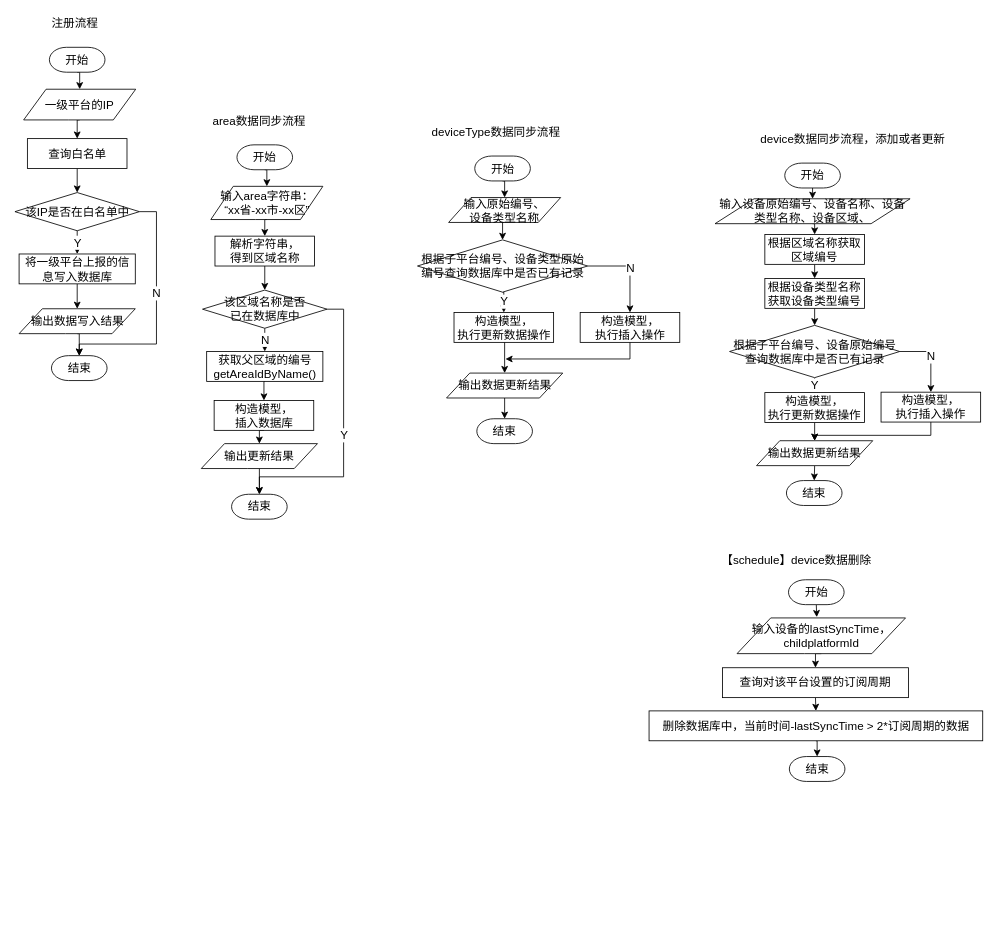
waterwatermelon/graph keeps this draw.io diagram as IOTManage/flow-access.drawio. Above is the earlier version. Source tidied: cells renumbered, new cells numbered last; positions are measured from the earlier drawing's top-left corner, leaving out a move shared by most shapes. Both pictures are drawn from the tidied source at 83%, with x=0, y=0 at pixel (15, 13).
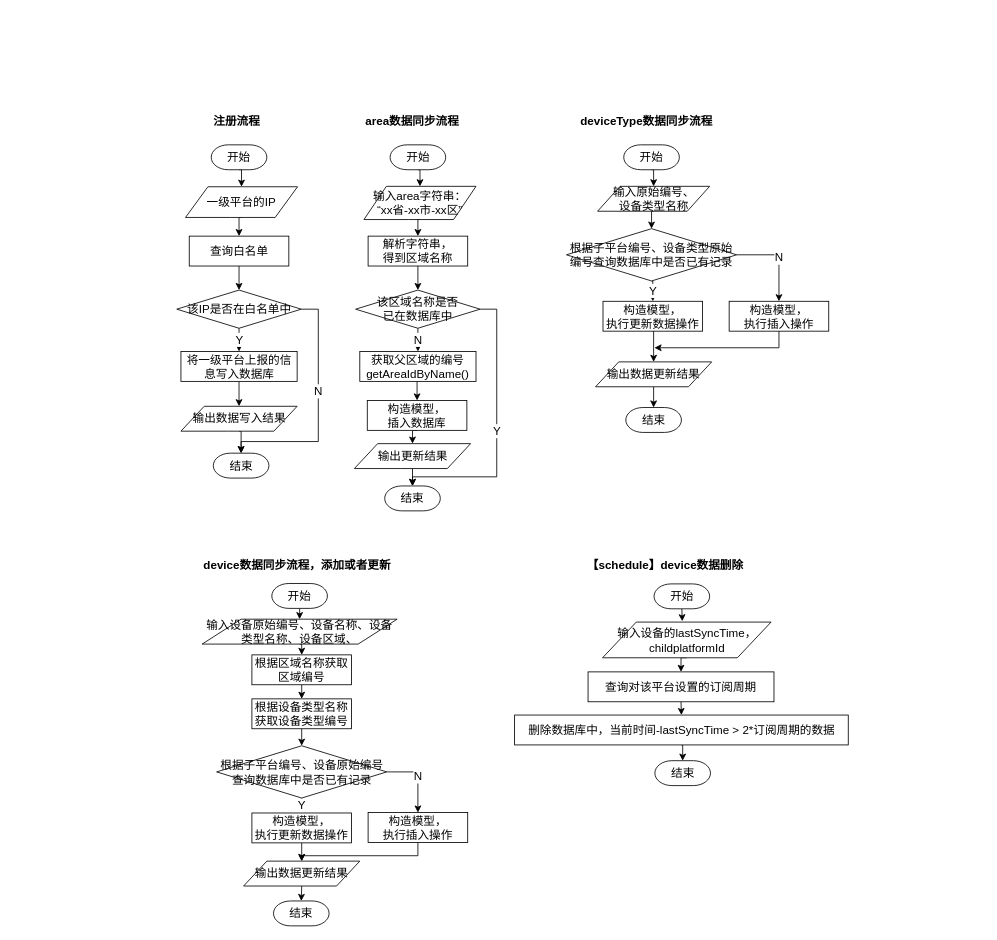
Above is the later version.

Change to the diagram source:
```diff
@@
     <mxCell id="3" value="输入area字符串：&lt;br style=&quot;font-size: 14px;&quot;&gt;“xx省-xx市-xx区”" style="shape=parallelogram;perimeter=parallelogramPerimeter;whiteSpace=wrap;html=1;rounded=1;comic=0;arcSize=0;fontSize=14;" parent="1" vertex="1">
-      <mxGeometry x="235.5" y="208" width="135" height="40" as="geometry" />
+      <mxGeometry x="420" y="208" width="135" height="40" as="geometry" />
     </mxCell>
@@
     <mxCell id="5" value="&lt;font style=&quot;font-size: 14px&quot;&gt;Y&lt;/font&gt;" style="edgeStyle=orthogonalEdgeStyle;rounded=0;jettySize=auto;html=1;exitX=1;exitY=0.5;exitDx=0;exitDy=0;exitPerimeter=0;entryX=0.5;entryY=0;entryDx=0;entryDy=0;entryPerimeter=0;fontSize=14;" parent="1" edge="1" source="6" target="9">
       <mxGeometry relative="1" as="geometry">
         <Array as="points">
-          <mxPoint x="395.5" y="356" />
-          <mxPoint x="395.5" y="558" />
-          <mxPoint x="294.5" y="558" />
+          <mxPoint x="580" y="356" />
+          <mxPoint x="580" y="558" />
+          <mxPoint x="479" y="558" />
         </Array>
       </mxGeometry>
     </mxCell>
     <mxCell id="6" value="该区域名称是否&lt;br style=&quot;font-size: 14px;&quot;&gt;已在数据库中" style="strokeWidth=1;html=1;shape=mxgraph.flowchart.decision;whiteSpace=wrap;rounded=1;comic=0;fontSize=14;spacing=2;" parent="1" vertex="1">
-      <mxGeometry x="225.5" y="333" width="150" height="46" as="geometry" />
+      <mxGeometry x="410" y="333" width="150" height="46" as="geometry" />
     </mxCell>
@@
     <mxCell id="8" value="开始" style="strokeWidth=1;html=1;shape=mxgraph.flowchart.terminator;whiteSpace=wrap;rounded=1;comic=0;fontSize=14;" parent="1" vertex="1">
-      <mxGeometry x="267" y="158" width="67" height="30" as="geometry" />
+      <mxGeometry x="451.5" y="158" width="67" height="30" as="geometry" />
     </mxCell>
     <mxCell id="9" value="结束" style="strokeWidth=1;html=1;shape=mxgraph.flowchart.terminator;whiteSpace=wrap;rounded=1;comic=0;fontSize=14;" parent="1" vertex="1">
-      <mxGeometry x="260.5" y="579" width="67" height="30" as="geometry" />
+      <mxGeometry x="445" y="569" width="67" height="30" as="geometry" />
     </mxCell>
-    <mxCell id="10" value="&lt;font style=&quot;font-size: 14px;&quot;&gt;area数据同步流程&lt;br style=&quot;font-size: 14px;&quot;&gt;&lt;br style=&quot;font-size: 14px;&quot;&gt;&lt;/font&gt;" style="text;html=1;align=left;verticalAlign=top;spacingTop=-4;fontSize=14;" parent="1" vertex="1">
-      <mxGeometry x="235.5" y="118" width="140" height="30" as="geometry" />
+    <mxCell id="10" value="&lt;font style=&quot;font-size: 14px;&quot;&gt;area数据同步流程&lt;br style=&quot;font-size: 14px;&quot;&gt;&lt;br style=&quot;font-size: 14px;&quot;&gt;&lt;/font&gt;" style="text;html=1;align=left;verticalAlign=top;spacingTop=-4;fontSize=14;fontStyle=1;" parent="1" vertex="1">
+      <mxGeometry x="420" y="118" width="140" height="30" as="geometry" />
     </mxCell>
@@
     <mxCell id="12" value="&lt;font style=&quot;font-size: 14px&quot;&gt;解析字符串，&lt;br style=&quot;font-size: 14px;&quot;&gt;得到区域名称&lt;br style=&quot;font-size: 14px;&quot;&gt;&lt;/font&gt;" style="rounded=0;whiteSpace=wrap;html=1;fontSize=14;" parent="1" vertex="1">
-      <mxGeometry x="240.5" y="268" width="120" height="36" as="geometry" />
+      <mxGeometry x="425" y="268" width="120" height="36" as="geometry" />
     </mxCell>
@@
     <mxCell id="14" value="&lt;span style=&quot;font-size: 14px&quot;&gt;构造模型，&lt;br style=&quot;font-size: 14px;&quot;&gt;插入数据库&lt;/span&gt;" style="rounded=0;whiteSpace=wrap;html=1;fontSize=14;" parent="1" vertex="1">
-      <mxGeometry x="239.5" y="466" width="120" height="36" as="geometry" />
+      <mxGeometry x="424" y="466" width="120" height="36" as="geometry" />
     </mxCell>
@@
     <mxCell id="16" value="&lt;span style=&quot;font-size: 14px&quot;&gt;获取父区域的编号&lt;br style=&quot;font-size: 14px;&quot;&gt;getAreaIdByName()&lt;br style=&quot;font-size: 14px;&quot;&gt;&lt;/span&gt;" style="rounded=0;whiteSpace=wrap;html=1;fontSize=14;" parent="1" vertex="1">
-      <mxGeometry x="230.5" y="407" width="140" height="36" as="geometry" />
+      <mxGeometry x="415" y="407" width="140" height="36" as="geometry" />
     </mxCell>
     <mxCell id="17" style="edgeStyle=orthogonalEdgeStyle;rounded=0;jettySize=auto;html=1;exitX=0.5;exitY=1;exitDx=0;exitDy=0;entryX=0.5;entryY=0;entryDx=0;entryDy=0;entryPerimeter=0;fontSize=14;" parent="1" edge="1" source="18" target="9">
       <mxGeometry relative="1" as="geometry">
         <Array as="points">
-          <mxPoint x="294.5" y="568" />
-          <mxPoint x="294.5" y="568" />
+          <mxPoint x="479" y="568" />
+          <mxPoint x="479" y="568" />
         </Array>
       </mxGeometry>
     </mxCell>
     <mxCell id="18" value="输出更新结果" style="shape=parallelogram;perimeter=parallelogramPerimeter;whiteSpace=wrap;html=1;rounded=1;comic=0;arcSize=0;fontSize=14;" parent="1" vertex="1">
-      <mxGeometry x="224" y="518" width="140" height="30" as="geometry" />
+      <mxGeometry x="408.5" y="518" width="140" height="30" as="geometry" />
     </mxCell>
@@
     <mxCell id="20" value="&lt;span style=&quot;font-size: 14px;&quot;&gt;输入原始编号、&lt;br style=&quot;font-size: 14px;&quot;&gt;设备类型名称&lt;/span&gt;" style="shape=parallelogram;perimeter=parallelogramPerimeter;whiteSpace=wrap;html=1;rounded=1;comic=0;arcSize=0;fontSize=14;" parent="1" vertex="1">
-      <mxGeometry x="522" y="221.5" width="135" height="30" as="geometry" />
+      <mxGeometry x="701.5" y="208" width="135" height="30" as="geometry" />
     </mxCell>
@@
     <mxCell id="23" value="根据子平台编号、设备类型原始编号查询数据库中是否已有记录" style="strokeWidth=1;html=1;shape=mxgraph.flowchart.decision;whiteSpace=wrap;rounded=1;comic=0;fontSize=14;spacing=2;" parent="1" vertex="1">
-      <mxGeometry x="484.5" y="272.5" width="205" height="63" as="geometry" />
+      <mxGeometry x="664" y="259" width="205" height="63" as="geometry" />
     </mxCell>
@@
     <mxCell id="25" value="开始" style="strokeWidth=1;html=1;shape=mxgraph.flowchart.terminator;whiteSpace=wrap;rounded=1;comic=0;fontSize=14;" parent="1" vertex="1">
-      <mxGeometry x="553.5" y="171.5" width="67" height="30" as="geometry" />
+      <mxGeometry x="733" y="158" width="67" height="30" as="geometry" />
     </mxCell>
     <mxCell id="26" value="结束" style="strokeWidth=1;html=1;shape=mxgraph.flowchart.terminator;whiteSpace=wrap;rounded=1;comic=0;fontSize=14;" parent="1" vertex="1">
-      <mxGeometry x="556" y="488" width="67" height="30" as="geometry" />
+      <mxGeometry x="735.5" y="474.5" width="67" height="30" as="geometry" />
     </mxCell>
-    <mxCell id="27" value="&lt;font style=&quot;font-size: 14px;&quot;&gt;deviceType数据同步流程&lt;/font&gt;" style="text;html=1;align=left;verticalAlign=top;spacingTop=-4;fontSize=14;" parent="1" vertex="1">
-      <mxGeometry x="499.5" y="131.5" width="190" height="20" as="geometry" />
+    <mxCell id="27" value="&lt;font style=&quot;font-size: 14px;&quot;&gt;deviceType数据同步流程&lt;/font&gt;" style="text;html=1;align=left;verticalAlign=top;spacingTop=-4;fontSize=14;fontStyle=1;" parent="1" vertex="1">
+      <mxGeometry x="679" y="118" width="190" height="20" as="geometry" />
     </mxCell>
@@
     <mxCell id="29" value="&lt;span style=&quot;font-size: 14px&quot;&gt;构造模型，&lt;br style=&quot;font-size: 14px;&quot;&gt;执行更新数据操作&lt;br style=&quot;font-size: 14px;&quot;&gt;&lt;/span&gt;" style="rounded=0;whiteSpace=wrap;html=1;fontSize=14;" parent="1" vertex="1">
-      <mxGeometry x="528.5" y="360" width="120" height="36" as="geometry" />
+      <mxGeometry x="708" y="346.5" width="120" height="36" as="geometry" />
     </mxCell>
@@
     <mxCell id="31" value="输出数据更新结果" style="shape=parallelogram;perimeter=parallelogramPerimeter;whiteSpace=wrap;html=1;rounded=1;comic=0;arcSize=0;fontSize=14;" parent="1" vertex="1">
-      <mxGeometry x="519.5" y="433" width="140" height="30" as="geometry" />
+      <mxGeometry x="699" y="419.5" width="140" height="30" as="geometry" />
     </mxCell>
     <mxCell id="32" style="edgeStyle=orthogonalEdgeStyle;rounded=0;orthogonalLoop=1;jettySize=auto;html=1;exitX=0.5;exitY=1;exitDx=0;exitDy=0;fontSize=14;" parent="1" edge="1">
       <mxGeometry relative="1" as="geometry">
-        <mxPoint x="740.5" y="394" as="sourcePoint" />
-        <mxPoint x="590.5" y="416" as="targetPoint" />
+        <mxPoint x="920" y="380.5" as="sourcePoint" />
+        <mxPoint x="770" y="402.5" as="targetPoint" />
         <Array as="points">
-          <mxPoint x="740.5" y="416" />
+          <mxPoint x="920" y="402.5" />
         </Array>
       </mxGeometry>
     </mxCell>
     <mxCell id="33" value="&lt;span style=&quot;font-size: 14px&quot;&gt;构造模型，&lt;br style=&quot;font-size: 14px;&quot;&gt;执行插入操作&lt;br style=&quot;font-size: 14px;&quot;&gt;&lt;/span&gt;" style="rounded=0;whiteSpace=wrap;html=1;fontSize=14;" parent="1" vertex="1">
-      <mxGeometry x="680.5" y="360" width="120" height="36" as="geometry" />
+      <mxGeometry x="860" y="346.5" width="120" height="36" as="geometry" />
     </mxCell>
@@
     <mxCell id="35" value="&lt;span style=&quot;font-size: 14px&quot;&gt;输入设备原始编号、设备名称、设备类型名称、设备区域、&lt;/span&gt;" style="shape=parallelogram;perimeter=parallelogramPerimeter;whiteSpace=wrap;html=1;rounded=1;comic=0;arcSize=0;fontSize=14;" parent="1" vertex="1">
-      <mxGeometry x="843" y="223" width="235" height="30" as="geometry" />
+      <mxGeometry x="225" y="729.5" width="235" height="30" as="geometry" />
     </mxCell>
@@
     <mxCell id="38" value="根据子平台编号、设备原始编号查询数据库中是否已有记录" style="strokeWidth=1;html=1;shape=mxgraph.flowchart.decision;whiteSpace=wrap;rounded=1;comic=0;fontSize=14;spacing=2;" parent="1" vertex="1">
-      <mxGeometry x="860.5" y="375.5" width="205" height="63" as="geometry" />
+      <mxGeometry x="242.5" y="882" width="205" height="63" as="geometry" />
     </mxCell>
@@
     <mxCell id="40" value="开始" style="strokeWidth=1;html=1;shape=mxgraph.flowchart.terminator;whiteSpace=wrap;rounded=1;comic=0;fontSize=14;" parent="1" vertex="1">
-      <mxGeometry x="927" y="180" width="67" height="30" as="geometry" />
+      <mxGeometry x="309" y="686.5" width="67" height="30" as="geometry" />
     </mxCell>
     <mxCell id="41" value="结束" style="strokeWidth=1;html=1;shape=mxgraph.flowchart.terminator;whiteSpace=wrap;rounded=1;comic=0;fontSize=14;" parent="1" vertex="1">
-      <mxGeometry x="929" y="562.5" width="67" height="30" as="geometry" />
+      <mxGeometry x="311" y="1069" width="67" height="30" as="geometry" />
     </mxCell>
-    <mxCell id="42" value="&lt;font style=&quot;font-size: 14px&quot;&gt;device数据同步流程，添加或者更新&amp;nbsp;&lt;/font&gt;" style="text;html=1;align=left;verticalAlign=top;spacingTop=-4;fontSize=14;" parent="1" vertex="1">
-      <mxGeometry x="895.5" y="140" width="240" height="20" as="geometry" />
+    <mxCell id="42" value="&lt;font style=&quot;font-size: 14px&quot;&gt;device数据同步流程，添加或者更新&amp;nbsp;&lt;/font&gt;" style="text;html=1;align=left;verticalAlign=top;spacingTop=-4;fontSize=14;fontStyle=1;" parent="1" vertex="1">
+      <mxGeometry x="224.5" y="653" width="240" height="20" as="geometry" />
     </mxCell>
@@
     <mxCell id="44" value="&lt;span style=&quot;font-size: 14px&quot;&gt;构造模型，&lt;br style=&quot;font-size: 14px;&quot;&gt;执行更新数据操作&lt;br style=&quot;font-size: 14px;&quot;&gt;&lt;/span&gt;" style="rounded=0;whiteSpace=wrap;html=1;fontSize=14;" parent="1" vertex="1">
-      <mxGeometry x="903" y="456.5" width="120" height="36" as="geometry" />
+      <mxGeometry x="285" y="963" width="120" height="36" as="geometry" />
     </mxCell>
@@
     <mxCell id="46" value="输出数据更新结果" style="shape=parallelogram;perimeter=parallelogramPerimeter;whiteSpace=wrap;html=1;rounded=1;comic=0;arcSize=0;fontSize=14;" parent="1" vertex="1">
-      <mxGeometry x="893" y="514.5" width="140" height="30" as="geometry" />
+      <mxGeometry x="275" y="1021" width="140" height="30" as="geometry" />
     </mxCell>
     <mxCell id="47" style="edgeStyle=orthogonalEdgeStyle;rounded=0;jettySize=auto;html=1;exitX=0.5;exitY=1;exitDx=0;exitDy=0;entryX=0.5;entryY=0;entryDx=0;entryDy=0;fontSize=14;" parent="1" edge="1" source="48" target="46">
       <mxGeometry relative="1" as="geometry">
         <Array as="points">
-          <mxPoint x="1103.5" y="508" />
-          <mxPoint x="963.5" y="508" />
+          <mxPoint x="485.5" y="1014.5" />
+          <mxPoint x="345.5" y="1014.5" />
         </Array>
       </mxGeometry>
     </mxCell>
     <mxCell id="48" value="&lt;span style=&quot;font-size: 14px&quot;&gt;构造模型，&lt;br style=&quot;font-size: 14px;&quot;&gt;执行插入操作&lt;br style=&quot;font-size: 14px;&quot;&gt;&lt;/span&gt;" style="rounded=0;whiteSpace=wrap;html=1;fontSize=14;" parent="1" vertex="1">
-      <mxGeometry x="1043" y="456" width="120" height="36" as="geometry" />
+      <mxGeometry x="425" y="962.5" width="120" height="36" as="geometry" />
     </mxCell>
@@
     <mxCell id="50" value="&lt;span style=&quot;font-size: 14px;&quot;&gt;根据设备类型名称获取设备类型编号&lt;br style=&quot;font-size: 14px;&quot;&gt;&lt;/span&gt;" style="rounded=0;whiteSpace=wrap;html=1;fontSize=14;" parent="1" vertex="1">
-      <mxGeometry x="903" y="319" width="120" height="36" as="geometry" />
+      <mxGeometry x="285" y="825.5" width="120" height="36" as="geometry" />
     </mxCell>
@@
     <mxCell id="52" value="&lt;span style=&quot;font-size: 14px;&quot;&gt;根据区域名称获取区域编号&lt;br style=&quot;font-size: 14px;&quot;&gt;&lt;/span&gt;" style="rounded=0;whiteSpace=wrap;html=1;fontSize=14;" parent="1" vertex="1">
-      <mxGeometry x="903" y="266" width="120" height="36" as="geometry" />
+      <mxGeometry x="285" y="772.5" width="120" height="36" as="geometry" />
     </mxCell>
-    <mxCell id="53" value="&lt;font style=&quot;font-size: 14px&quot;&gt;【schedule】device数据删除&lt;/font&gt;" style="text;html=1;align=left;verticalAlign=top;spacingTop=-4;fontSize=14;" parent="1" vertex="1">
-      <mxGeometry x="848.5" y="648" width="200" height="20" as="geometry" />
+    <mxCell id="53" value="&lt;font style=&quot;font-size: 14px&quot;&gt;【schedule】device数据删除&lt;/font&gt;" style="text;html=1;align=left;verticalAlign=top;spacingTop=-4;fontSize=14;fontStyle=1;" parent="1" vertex="1">
+      <mxGeometry x="686.5" y="653" width="200" height="20" as="geometry" />
     </mxCell>
     <mxCell id="54" value="结束" style="strokeWidth=1;html=1;shape=mxgraph.flowchart.terminator;whiteSpace=wrap;rounded=1;comic=0;fontSize=14;" parent="1" vertex="1">
-      <mxGeometry x="932.5" y="895" width="67" height="30" as="geometry" />
+      <mxGeometry x="770.5" y="900" width="67" height="30" as="geometry" />
     </mxCell>
@@
     <mxCell id="56" value="开始" style="strokeWidth=1;html=1;shape=mxgraph.flowchart.terminator;whiteSpace=wrap;rounded=1;comic=0;fontSize=14;" parent="1" vertex="1">
-      <mxGeometry x="931.5" y="682" width="67" height="30" as="geometry" />
+      <mxGeometry x="769.5" y="687" width="67" height="30" as="geometry" />
     </mxCell>
@@
     <mxCell id="58" value="输入设备的lastSyncTime，childplatformId" style="shape=parallelogram;perimeter=parallelogramPerimeter;whiteSpace=wrap;html=1;rounded=1;comic=0;arcSize=0;fontSize=14;" parent="1" vertex="1">
-      <mxGeometry x="869.5" y="728" width="203" height="43" as="geometry" />
+      <mxGeometry x="707.5" y="733" width="203" height="43" as="geometry" />
     </mxCell>
@@
     <mxCell id="60" value="&lt;span style=&quot;font-size: 14px&quot;&gt;查询对该平台设置的订阅周期&lt;br style=&quot;font-size: 14px&quot;&gt;&lt;/span&gt;" style="rounded=0;whiteSpace=wrap;html=1;fontSize=14;" parent="1" vertex="1">
-      <mxGeometry x="852" y="788" width="224" height="36" as="geometry" />
+      <mxGeometry x="690" y="793" width="224" height="36" as="geometry" />
     </mxCell>
@@
     <mxCell id="62" value="&lt;span style=&quot;font-size: 14px&quot;&gt;删除数据库中，当前时间-lastSyncTime &amp;gt; 2*订阅周期的数据&lt;br style=&quot;font-size: 14px&quot;&gt;&lt;/span&gt;" style="rounded=0;whiteSpace=wrap;html=1;fontSize=14;" parent="1" vertex="1">
-      <mxGeometry x="763.5" y="840" width="402" height="36" as="geometry" />
+      <mxGeometry x="601.5" y="845" width="402" height="36" as="geometry" />
     </mxCell>
@@
     <mxCell id="64" value="一级平台的IP" style="shape=parallelogram;perimeter=parallelogramPerimeter;whiteSpace=wrap;html=1;rounded=1;comic=0;arcSize=0;fontSize=14;" parent="1" vertex="1">
-      <mxGeometry x="10" y="91" width="135" height="37" as="geometry" />
+      <mxGeometry x="205" y="208.5" width="135" height="37" as="geometry" />
     </mxCell>
@@
     <mxCell id="66" value="N" style="edgeStyle=orthogonalEdgeStyle;rounded=0;jettySize=auto;html=1;exitX=1;exitY=0.5;exitDx=0;exitDy=0;exitPerimeter=0;entryX=0.5;entryY=0;entryDx=0;entryDy=0;entryPerimeter=0;fontSize=14;" parent="1" edge="1" source="67" target="70">
       <mxGeometry x="-0.17" relative="1" as="geometry">
         <Array as="points">
-          <mxPoint x="170" y="239" />
-          <mxPoint x="170" y="398" />
-          <mxPoint x="77" y="398" />
+          <mxPoint x="365" y="356.5" />
+          <mxPoint x="365" y="515.5" />
+          <mxPoint x="272" y="515.5" />
         </Array>
       </mxGeometry>
     </mxCell>
     <mxCell id="67" value="该IP是否在白名单中" style="strokeWidth=1;html=1;shape=mxgraph.flowchart.decision;whiteSpace=wrap;rounded=1;comic=0;fontSize=14;spacing=2;" parent="1" vertex="1">
-      <mxGeometry x="-0.5" y="215.5" width="150" height="46" as="geometry" />
+      <mxGeometry x="194.5" y="333" width="150" height="46" as="geometry" />
     </mxCell>
@@
     <mxCell id="69" value="开始" style="strokeWidth=1;html=1;shape=mxgraph.flowchart.terminator;whiteSpace=wrap;rounded=1;comic=0;fontSize=14;" parent="1" vertex="1">
-      <mxGeometry x="41" y="40.5" width="67" height="30" as="geometry" />
+      <mxGeometry x="236" y="158" width="67" height="30" as="geometry" />
     </mxCell>
     <mxCell id="70" value="结束" style="strokeWidth=1;html=1;shape=mxgraph.flowchart.terminator;whiteSpace=wrap;rounded=1;comic=0;fontSize=14;" parent="1" vertex="1">
-      <mxGeometry x="43.5" y="412" width="67" height="30" as="geometry" />
+      <mxGeometry x="238.5" y="529.5" width="67" height="30" as="geometry" />
     </mxCell>
-    <mxCell id="71" value="&lt;font style=&quot;font-size: 14px&quot;&gt;注册流程&lt;br style=&quot;font-size: 14px&quot;&gt;&lt;/font&gt;" style="text;html=1;align=left;verticalAlign=top;spacingTop=-4;fontSize=14;" parent="1" vertex="1">
-      <mxGeometry x="42" y="0.5" width="70" height="20" as="geometry" />
+    <mxCell id="71" value="&lt;font style=&quot;font-size: 14px&quot;&gt;注册流程&lt;br style=&quot;font-size: 14px&quot;&gt;&lt;/font&gt;" style="text;html=1;align=left;verticalAlign=top;spacingTop=-4;fontSize=14;fontStyle=1;" parent="1" vertex="1">
+      <mxGeometry x="237" y="118" width="70" height="20" as="geometry" />
     </mxCell>
@@
     <mxCell id="73" value="&lt;font style=&quot;font-size: 14px&quot;&gt;查询白名单&lt;br style=&quot;font-size: 14px&quot;&gt;&lt;/font&gt;" style="rounded=0;whiteSpace=wrap;html=1;fontSize=14;" parent="1" vertex="1">
-      <mxGeometry x="14.5" y="150.5" width="120" height="36" as="geometry" />
+      <mxGeometry x="209.5" y="268" width="120" height="36" as="geometry" />
     </mxCell>
@@
     <mxCell id="75" value="&lt;span style=&quot;font-size: 14px&quot;&gt;将一级平台上报的信息写入数据库&lt;br style=&quot;font-size: 14px&quot;&gt;&lt;/span&gt;" style="rounded=0;whiteSpace=wrap;html=1;fontSize=14;" parent="1" vertex="1">
-      <mxGeometry x="4.5" y="289.5" width="140" height="36" as="geometry" />
+      <mxGeometry x="199.5" y="407" width="140" height="36" as="geometry" />
     </mxCell>
@@
     <mxCell id="77" value="输出数据写入结果" style="shape=parallelogram;perimeter=parallelogramPerimeter;whiteSpace=wrap;html=1;rounded=1;comic=0;arcSize=0;fontSize=14;" parent="1" vertex="1">
-      <mxGeometry x="4.5" y="355.5" width="140" height="30" as="geometry" />
+      <mxGeometry x="199.5" y="473" width="140" height="30" as="geometry" />
     </mxCell>
```
